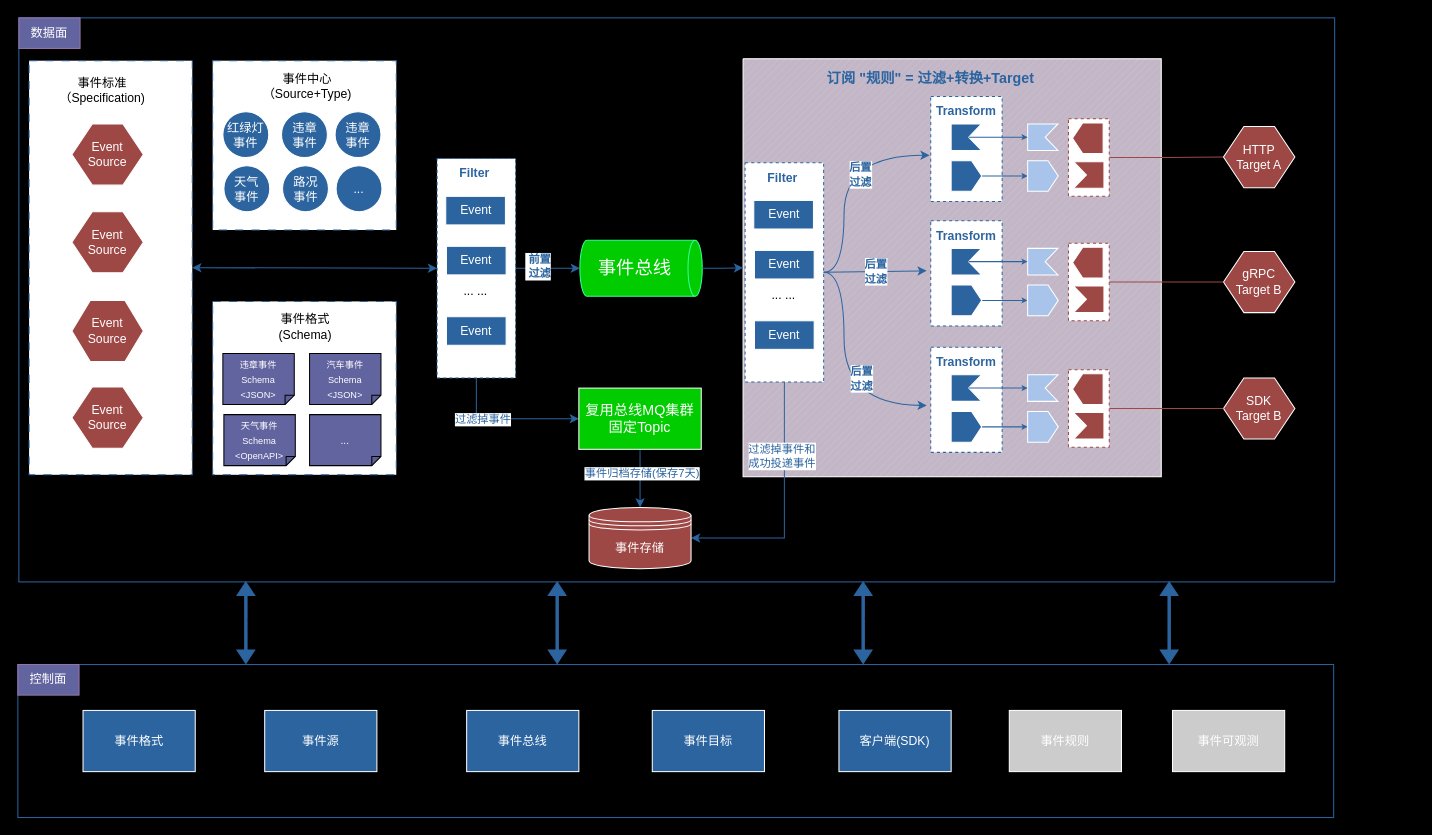
Before: 事件中心功能概览.drawio in qiangyin/zipkin-server, a draw.io diagram. Source tidied: cells renumbered, new cells numbered last; positions are measured from the earlier drawing's top-left corner, leaving out a move shared by most shapes. Both pictures are drawn from the tidied source at 102%, with x=0, y=0 at pixel (17, 17).
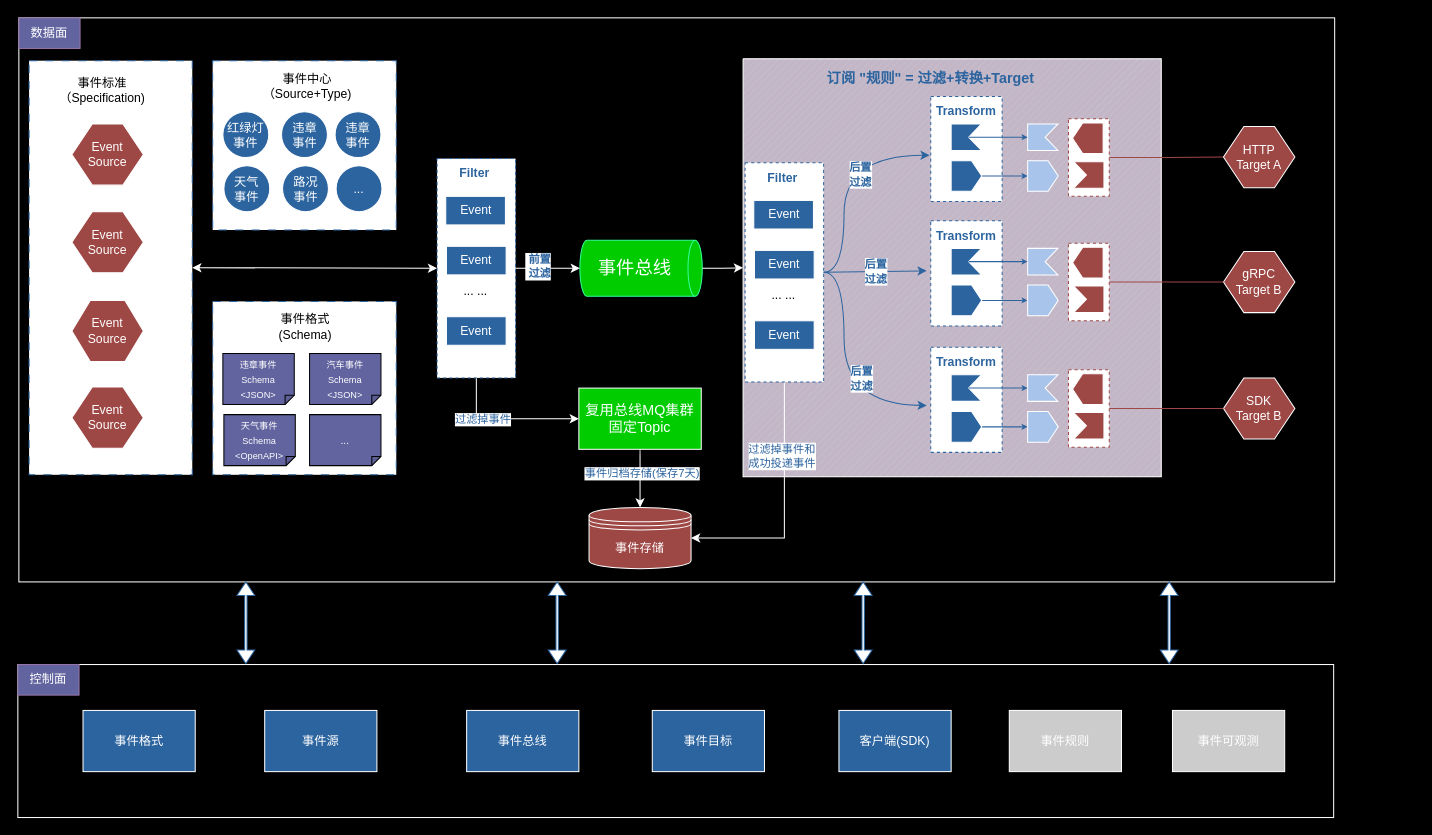
Above is the later version.

Commit message:
更新事件中心功能概览.drawio

Unchanged cells that the change refers to:
```xml
<mxCell id="3" style="verticalLabelPosition=bottom;verticalAlign=top;html=1;shape=mxgraph.basic.patternFillRect;fillStyle=diag;step=5;fillStrokeWidth=0.2;fillStrokeColor=#dddddd;fillColor=#C3B7C7;strokeColor=#FFFFFF;" parent="1" vertex="1">
  <mxGeometry x="711" y="40" width="410" height="410" as="geometry" />
</mxCell>
<mxCell id="5" style="rounded=0;whiteSpace=wrap;html=1;dashed=1;dashPattern=8 8;strokeColor=#2C649F;" parent="1" vertex="1">
  <mxGeometry x="11" y="42" width="160" height="406" as="geometry" />
</mxCell>
<mxCell id="9" value="&lt;font style=&quot;font-size: 18px;&quot; color=&quot;#ffffff&quot;&gt;事件总线&lt;/font&gt;" style="shape=cylinder3;whiteSpace=wrap;html=1;boundedLbl=1;backgroundOutline=1;size=7;direction=south;fillColor=#00CC00;strokeColor=#33FF99;" parent="1" vertex="1">
  <mxGeometry x="551" y="218" width="120" height="55" as="geometry" />
</mxCell>
<mxCell id="27" style="rounded=0;whiteSpace=wrap;html=1;dashed=1;strokeColor=#2C649F;" parent="1" vertex="1">
  <mxGeometry x="411" y="138" width="77" height="215" as="geometry" />
</mxCell>
<mxCell id="38" style="rounded=0;whiteSpace=wrap;html=1;dashed=1;strokeColor=#2C649F;" parent="1" vertex="1">
  <mxGeometry x="713" y="142" width="77" height="215" as="geometry" />
</mxCell>
<mxCell id="109" value="&lt;font style=&quot;font-size: 14px;&quot; color=&quot;#ffffff&quot;&gt;复用总线MQ集群&lt;br&gt;固定Topic&lt;/font&gt;" style="rounded=0;whiteSpace=wrap;html=1;fillColor=#00CC00;strokeColor=#FFFFFF;shadow=1;" parent="1" vertex="1">
  <mxGeometry x="550" y="363" width="120" height="60" as="geometry" />
</mxCell>
<mxCell id="110" value="&lt;font color=&quot;#ffffff&quot;&gt;事件存储&lt;/font&gt;" style="shape=datastore;whiteSpace=wrap;html=1;fillColor=#9E4846;strokeColor=#FFFFFF;" parent="1" vertex="1">
  <mxGeometry x="560" y="480" width="100" height="60" as="geometry" />
</mxCell>
```

Diff of the diagram source:
```diff
@@
-    <mxCell id="2" style="rounded=0;whiteSpace=wrap;html=1;strokeColor=#2C649F;fillColor=#000000;" parent="1" vertex="1">
+    <mxCell id="2" style="rounded=0;whiteSpace=wrap;html=1;strokeColor=#FFFFFF;fillColor=#000000;" parent="1" vertex="1">
       <mxGeometry x="1" width="1290" height="553" as="geometry" />
     </mxCell>
@@
-    <mxCell id="4" style="edgeStyle=orthogonalEdgeStyle;curved=1;rounded=0;jettySize=auto;html=1;exitX=1;exitY=0.5;exitDx=0;exitDy=0;entryX=0;entryY=0.5;entryDx=0;entryDy=0;strokeColor=#2C649F;startArrow=classic;startFill=1;" parent="1" edge="1" source="5" target="27">
+    <mxCell id="4" style="edgeStyle=orthogonalEdgeStyle;curved=1;rounded=0;jettySize=auto;html=1;exitX=1;exitY=0.5;exitDx=0;exitDy=0;entryX=0;entryY=0.5;entryDx=0;entryDy=0;strokeColor=#FFFFFF;startArrow=classic;startFill=1;" parent="1" edge="1" source="5" target="27">
       <mxGeometry relative="1" as="geometry" />
     </mxCell>
@@
-    <mxCell id="25" style="edgeStyle=orthogonalEdgeStyle;rounded=0;jettySize=auto;html=1;exitX=0.5;exitY=1;exitDx=0;exitDy=0;entryX=0;entryY=0.5;entryDx=0;entryDy=0;strokeColor=#2C649F;" parent="1" edge="1" source="27" target="109">
+    <mxCell id="25" style="edgeStyle=orthogonalEdgeStyle;rounded=0;jettySize=auto;html=1;exitX=0.5;exitY=1;exitDx=0;exitDy=0;entryX=0;entryY=0.5;entryDx=0;entryDy=0;strokeColor=#FFFFFF;" parent="1" edge="1" source="27" target="109">
       <mxGeometry relative="1" as="geometry" />
     </mxCell>
@@
-    <mxCell id="34" style="edgeStyle=orthogonalEdgeStyle;rounded=0;jettySize=auto;html=1;exitX=1;exitY=0.5;exitDx=0;exitDy=0;entryX=0.5;entryY=1;entryDx=0;entryDy=0;entryPerimeter=0;strokeColor=#2C649F;" parent="1" edge="1" source="27" target="9">
+    <mxCell id="34" style="edgeStyle=orthogonalEdgeStyle;rounded=0;jettySize=auto;html=1;exitX=1;exitY=0.5;exitDx=0;exitDy=0;entryX=0.5;entryY=1;entryDx=0;entryDy=0;entryPerimeter=0;strokeColor=#FFFFFF;" parent="1" edge="1" source="27" target="9">
       <mxGeometry relative="1" as="geometry" />
     </mxCell>
@@
-    <mxCell id="36" style="edgeStyle=orthogonalEdgeStyle;rounded=0;jettySize=auto;html=1;exitX=0.5;exitY=1;exitDx=0;exitDy=0;entryX=1;entryY=0.5;entryDx=0;entryDy=0;strokeColor=#2C649F;" parent="1" edge="1" source="38" target="110">
+    <mxCell id="36" style="edgeStyle=orthogonalEdgeStyle;rounded=0;jettySize=auto;html=1;exitX=0.5;exitY=1;exitDx=0;exitDy=0;entryX=1;entryY=0.5;entryDx=0;entryDy=0;strokeColor=#FFFFFF;" parent="1" edge="1" source="38" target="110">
       <mxGeometry relative="1" as="geometry" />
     </mxCell>
@@
-    <mxCell id="84" style="rounded=0;whiteSpace=wrap;html=1;strokeColor=#2C649F;fillColor=#000000;" parent="1" vertex="1">
+    <mxCell id="84" style="rounded=0;whiteSpace=wrap;html=1;strokeColor=#FFFFFF;fillColor=#000000;" parent="1" vertex="1">
       <mxGeometry y="634" width="1290" height="150" as="geometry" />
     </mxCell>
-    <mxCell id="85" style="edgeStyle=orthogonalEdgeStyle;rounded=0;jettySize=auto;html=1;exitX=0.5;exitY=0;exitDx=0;exitDy=0;exitPerimeter=0;entryX=0;entryY=0.5;entryDx=0;entryDy=0;entryPerimeter=0;strokeColor=#2C649F;" parent="1" edge="1" source="9" target="3">
+    <mxCell id="85" style="edgeStyle=orthogonalEdgeStyle;rounded=0;jettySize=auto;html=1;exitX=0.5;exitY=0;exitDx=0;exitDy=0;exitPerimeter=0;entryX=0;entryY=0.5;entryDx=0;entryDy=0;entryPerimeter=0;strokeColor=#FFFFFF;" parent="1" edge="1" source="9" target="3">
       <mxGeometry relative="1" as="geometry" />
     </mxCell>
@@
-    <mxCell id="99" style="shape=doubleArrow;whiteSpace=wrap;html=1;direction=south;arrowWidth=0.13333333333333713;arrowSize=0.16666666666666713;strokeColor=#2C649F;fillColor=#2C649F;" parent="1" vertex="1">
+    <mxCell id="99" style="shape=doubleArrow;whiteSpace=wrap;html=1;direction=south;arrowWidth=0.13333333333333713;arrowSize=0.16666666666666713;strokeColor=#2C649F;fillColor=#FFFFFF;" parent="1" vertex="1">
       <mxGeometry x="820" y="553" width="17.5" height="80" as="geometry" />
     </mxCell>
-    <mxCell id="100" style="shape=doubleArrow;whiteSpace=wrap;html=1;direction=south;arrowWidth=0.13333333333333713;arrowSize=0.16666666666666713;strokeColor=#2C649F;fillColor=#2C649F;" parent="1" vertex="1">
+    <mxCell id="100" style="shape=doubleArrow;whiteSpace=wrap;html=1;direction=south;arrowWidth=0.13333333333333713;arrowSize=0.16666666666666713;strokeColor=#2C649F;fillColor=#FFFFFF;" parent="1" vertex="1">
       <mxGeometry x="520" y="553" width="17.5" height="80" as="geometry" />
     </mxCell>
-    <mxCell id="101" style="shape=doubleArrow;whiteSpace=wrap;html=1;direction=south;arrowWidth=0.13333333333333713;arrowSize=0.16666666666666713;strokeColor=#2C649F;fillColor=#2C649F;" parent="1" vertex="1">
+    <mxCell id="101" style="shape=doubleArrow;whiteSpace=wrap;html=1;direction=south;arrowWidth=0.13333333333333713;arrowSize=0.16666666666666713;strokeColor=#2C649F;fillColor=#FFFFFF;" parent="1" vertex="1">
       <mxGeometry x="214.8" y="553" width="17.5" height="80" as="geometry" />
     </mxCell>
-    <mxCell id="102" style="shape=doubleArrow;whiteSpace=wrap;html=1;direction=south;arrowWidth=0.13333333333333713;arrowSize=0.16666666666666713;strokeColor=#2C649F;fillColor=#2C649F;" parent="1" vertex="1">
+    <mxCell id="102" style="shape=doubleArrow;whiteSpace=wrap;html=1;direction=south;arrowWidth=0.13333333333333713;arrowSize=0.16666666666666713;strokeColor=#2C649F;fillColor=#FFFFFF;" parent="1" vertex="1">
       <mxGeometry x="1120" y="553" width="17.5" height="80" as="geometry" />
     </mxCell>
@@
-    <mxCell id="107" style="edgeStyle=orthogonalEdgeStyle;rounded=0;jettySize=auto;html=1;exitX=0.5;exitY=1;exitDx=0;exitDy=0;entryX=0.5;entryY=0;entryDx=0;entryDy=0;strokeColor=#2C649F;" parent="1" edge="1" source="109" target="110">
+    <mxCell id="107" style="edgeStyle=orthogonalEdgeStyle;rounded=0;jettySize=auto;html=1;exitX=0.5;exitY=1;exitDx=0;exitDy=0;entryX=0.5;entryY=0;entryDx=0;entryDy=0;strokeColor=#FFFFFF;" parent="1" edge="1" source="109" target="110">
       <mxGeometry relative="1" as="geometry" />
     </mxCell>
```
